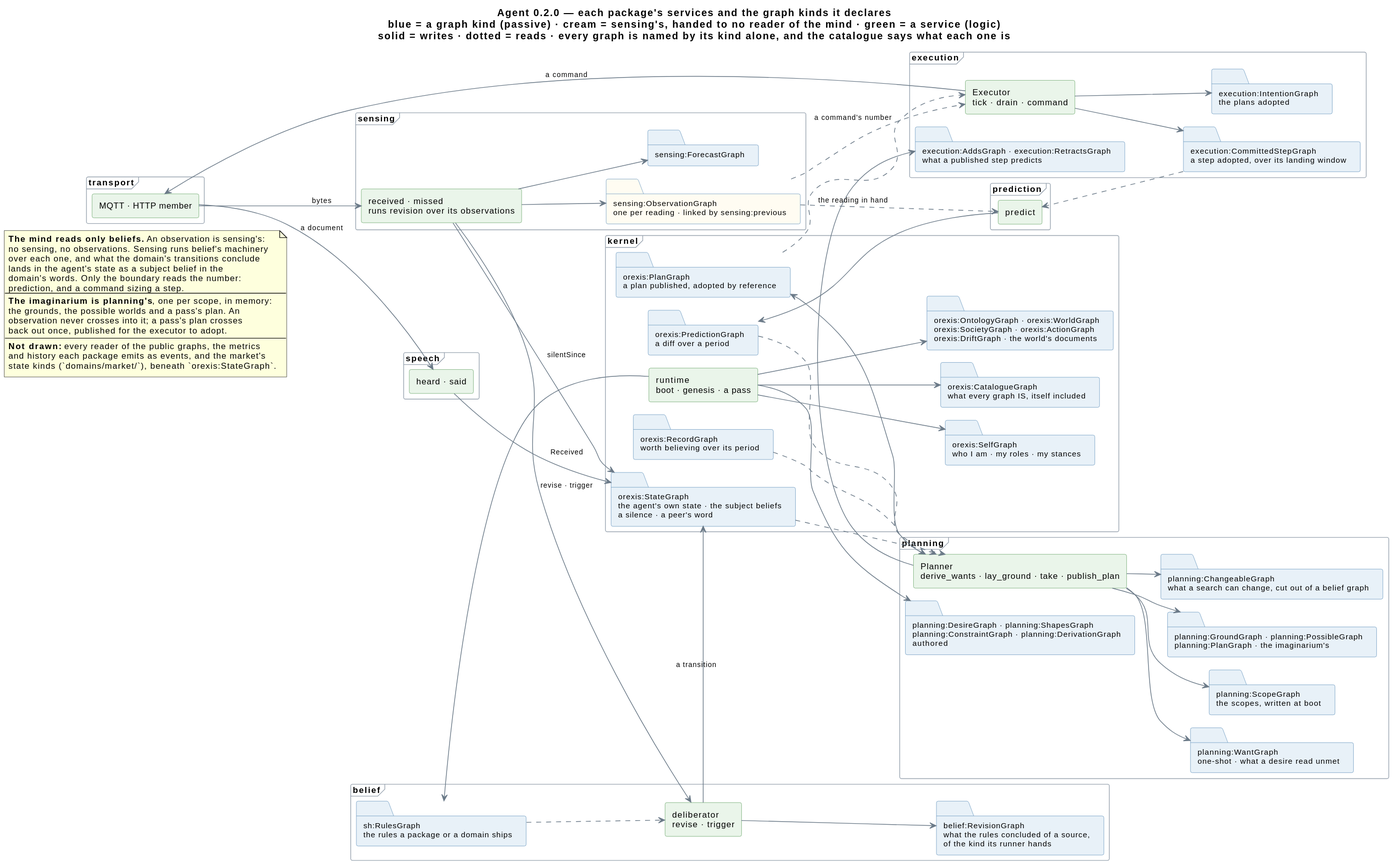
Above: knowledge/diagrams/agent-structure.svg in ShishkinDmitriy/orexis (PlantUML), before the change.
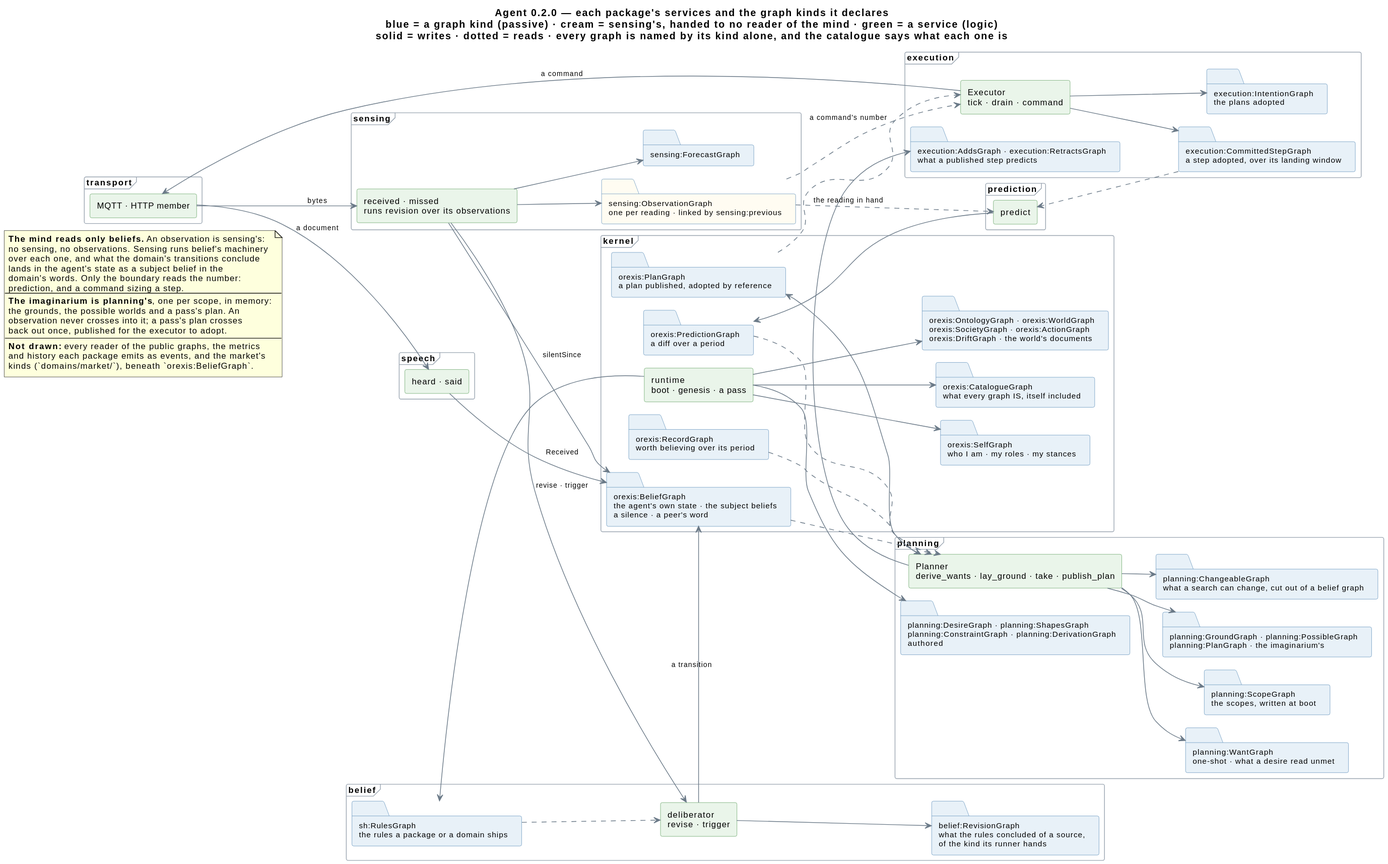
Above is the later version.

Diff of the diagram source:
```diff
@@ -1,4 +1,5 @@
 @startuml
+!pragma layout smetana
 !pragma layout smetana
 title Agent 0.2.0 — each package's services and the graph kinds it declares\nblue = a graph kind (passive) · cream = sensing's, handed to no reader of the mind · green = a service (logic)\nsolid = writes · dotted = reads · every graph is named by its kind alone, and the catalogue says what each one is
 
@@ -48,7 +49,7 @@
   folder "orexis:CatalogueGraph\nwhat every graph IS, itself included" as cat
   folder "orexis:OntologyGraph · orexis:WorldGraph\norexis:SocietyGraph · orexis:ActionGraph\norexis:DriftGraph · the world's documents" as pub
   folder "orexis:SelfGraph\nwho I am · my roles · my stances" as self
-  folder "orexis:StateGraph\nthe agent's own state · the subject beliefs\na silence · a peer's word" as st
+  folder "orexis:BeliefGraph\nthe agent's own state · the subject beliefs\na silence · a peer's word" as st
   folder "orexis:PredictionGraph\na diff over a period" as pr
   folder "orexis:PlanGraph\na plan published, adopted by reference" as plan
   folder "orexis:RecordGraph\nworth believing over its period" as rec
@@ -125,6 +126,6 @@
   ----
   **Not drawn:** every reader of the public graphs, the metrics
   and history each package emits as events, and the market's
-  state kinds (`domains/market/`), beneath `orexis:StateGraph`.
+  kinds (`domains/market/`), beneath `orexis:BeliefGraph`.
 end note
 @enduml
```
